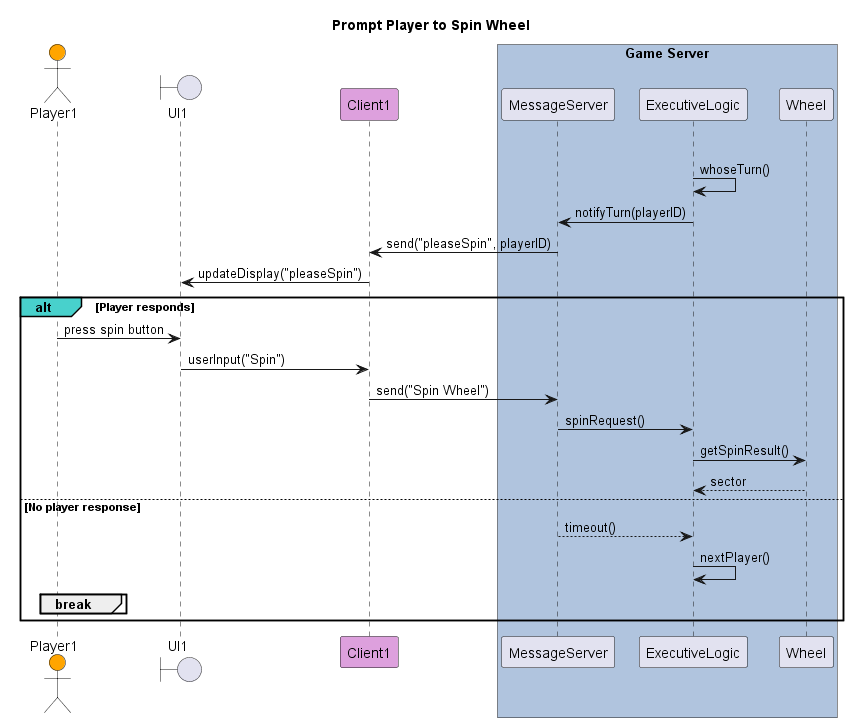
This is out/diagrams/seq-diagram-prompt-player-spin-wheel/Prompt Player to Spin Wheel.png from poszy/def_spinit_project, a PlantUML export, as it was before one commit. Source of this version:
```plantuml
@startuml Prompt Player to Spin Wheel
title Prompt Player to Spin Wheel

skinparam sequenceReferenceBackgroundColor palegreen
skinparam sequenceReferenceHeaderBackgroundColor  mediumseagreen

actor Player1 #orange

boundary    UI1

participant Client1 #Plum

box "Game Server" #LightSteelBlue
participant MessageServer as Server
participant ExecutiveLogic
participant Wheel
end box

    group#mediumseagreen Prompt Player to Spin Wheel
        ExecutiveLogic -> ExecutiveLogic: whoseTurn()
        Server <- ExecutiveLogic : notifyTurn(playerID)

        Client1 <- Server: send("pleaseSpin", playerID)
        UI1 <- Client1: updateDisplay("pleaseSpin")

        alt#MediumTurquoise Player responds
            Player1 -> UI1: press spin button

            UI1 -> Client1: userInput("Spin")

            Client1 -> Server: send("Spin Wheel")
            Server -> ExecutiveLogic: spinRequest()

            ExecutiveLogic -> Wheel : getSpinResult()
            ExecutiveLogic <-- Wheel : sector

        else No player response
            Server --> ExecutiveLogic: timeout()
            ExecutiveLogic -> ExecutiveLogic: nextPlayer()
            break

        end
    end

@enduml
```
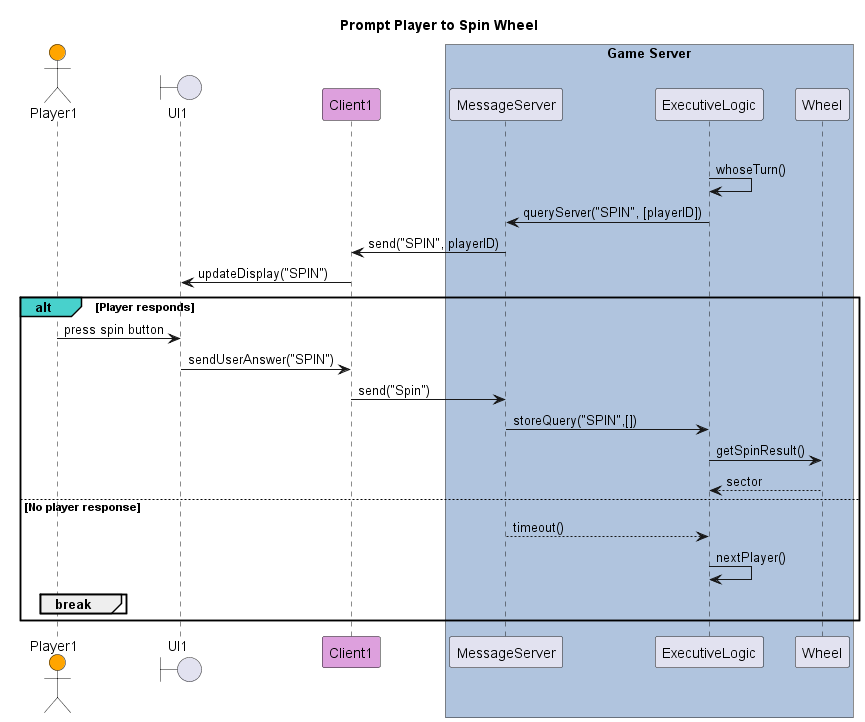
The same diagram one commit later.

The edit, as a diff of the source:
```diff
@@ -18,18 +18,18 @@
 
     group#mediumseagreen Prompt Player to Spin Wheel
         ExecutiveLogic -> ExecutiveLogic: whoseTurn()
-        Server <- ExecutiveLogic : notifyTurn(playerID)
+        Server <- ExecutiveLogic : queryServer("SPIN", [playerID])
 
-        Client1 <- Server: send("pleaseSpin", playerID)
-        UI1 <- Client1: updateDisplay("pleaseSpin")
+        Client1 <- Server: send("SPIN", playerID)
+        UI1 <- Client1: updateDisplay("SPIN")
 
         alt#MediumTurquoise Player responds
             Player1 -> UI1: press spin button
 
-            UI1 -> Client1: userInput("Spin")
+            UI1 -> Client1:  sendUserAnswer("SPIN")
 
-            Client1 -> Server: send("Spin Wheel")
-            Server -> ExecutiveLogic: spinRequest()
+            Client1 -> Server: send("Spin")
+            Server -> ExecutiveLogic: storeQuery("SPIN",[])
 
             ExecutiveLogic -> Wheel : getSpinResult()
             ExecutiveLogic <-- Wheel : sector
```
